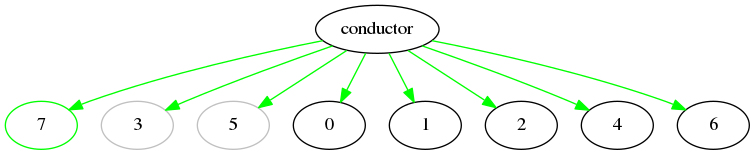
owulveryck/blog keeps this Graphviz diagram as content/assets/images/digraph_step6.png. Above is the earlier version. Its source is kept beside it as content/assets/orchestrate-a-digraph-with-goroutine/digraph_step6.dot. Its diagram source:
```dot
digraph g {
    7 [color=green]
    3 [color=grey]
    5 [color=grey]
    edge [color=green]
    conductor -> 0
    conductor -> 1
    conductor -> 2
    conductor -> 3
    conductor -> 4
    conductor -> 5
    conductor -> 6
    conductor -> 7
}
```
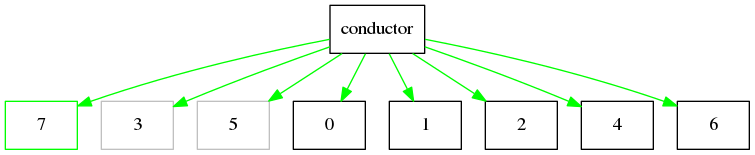
After the change.

What changed in the source:
```diff
@@ -1,4 +1,5 @@
 digraph g {
+    node [ shape = polygon, sides = 4 ]
     7 [color=green]
     3 [color=grey]
     5 [color=grey]
```
